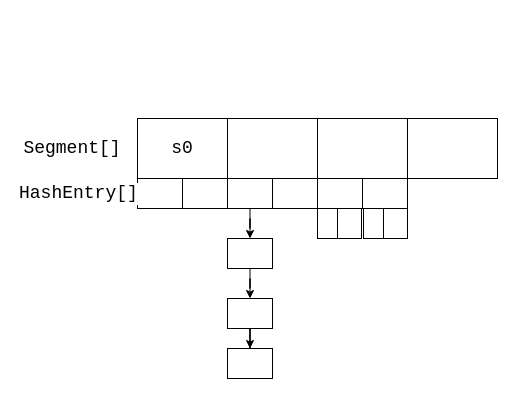
Above: page "1.7ConcurrentHashMap" (1 of 2) of HashMap.drawio in moshan123/draw (draw.io), before the change. Source tidied: cells renumbered, new cells numbered last; positions are measured from the earlier drawing's top-left corner, leaving out a move shared by most shapes. Both pictures are drawn from the tidied source at 100%, with x=0, y=0 at pixel (17, 118).
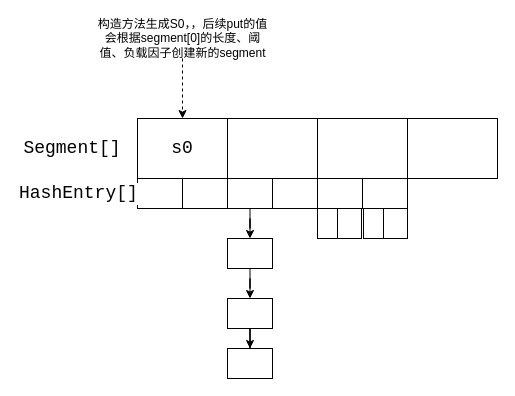
Above is the later version.

The change refers to these unchanged cells:
```xml
<mxCell id="2" value="&lt;pre style=&quot;background-color: #ffffff ; color: #080808 ; font-family: &amp;#34;jetbrains mono&amp;#34; , monospace ; font-size: 13.5pt&quot;&gt;&lt;span style=&quot;color: #000000&quot;&gt;s0&lt;/span&gt;&lt;/pre&gt;" style="rounded=0;whiteSpace=wrap;html=1;" parent="1" vertex="1">
  <mxGeometry x="120" width="90" height="60" as="geometry" />
</mxCell>
```

Diff of the diagram source:
```diff
@@
+    <mxCell id="24" style="edgeStyle=orthogonalEdgeStyle;rounded=0;jettySize=auto;html=1;dashed=1;" parent="1" edge="1" source="25" target="2">
+      <mxGeometry relative="1" as="geometry" />
+    </mxCell>
+    <mxCell id="25" value="构造方法生成S0，，后续put的值会根据segment[0]的长度、阈值、负载因子创建新的segment" style="text;html=1;strokeColor=none;fillColor=none;align=center;verticalAlign=middle;whiteSpace=wrap;rounded=0;" parent="1" vertex="1">
+      <mxGeometry x="77.5" y="-100" width="175" height="40" as="geometry" />
+    </mxCell>
```
